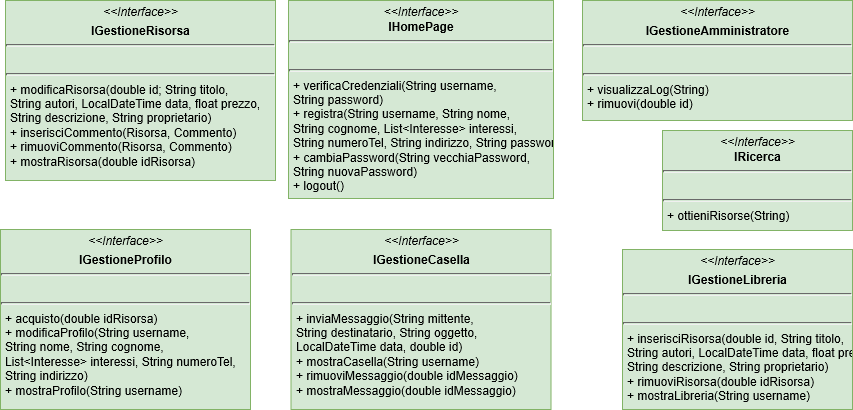
Before: Reingegnerizzazione/Controller.png, a diagram exported from draw.io (SundavarBlaka/Alexandria). Source tidied: cells renumbered, new cells last; positions are measured from the earlier drawing's top-left corner, leaving out a move shared by most shapes.
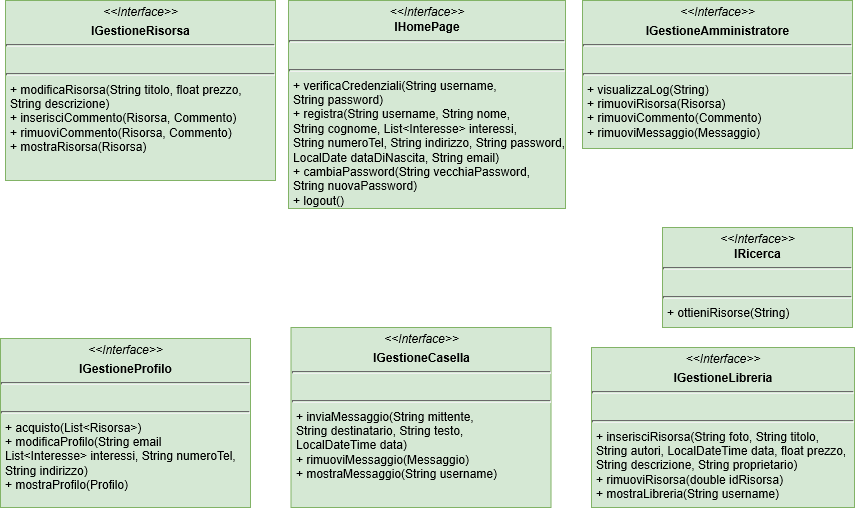
Later version of the same file.

Diff of the diagram source:
```diff
@@ -3,25 +3,25 @@
     <mxCell id="0" />
     <mxCell id="1" parent="0" />
     <mxCell id="2" value="&lt;p style=&quot;margin: 0px ; margin-top: 4px ; text-align: center&quot;&gt;&lt;i&gt;&amp;lt;&amp;lt;Interface&amp;gt;&amp;gt;&lt;/i&gt;&lt;br&gt;&lt;b&gt;IRicerca&lt;/b&gt;&lt;/p&gt;&lt;hr size=&quot;1&quot;&gt;&lt;p style=&quot;margin: 0px ; margin-left: 4px&quot;&gt;&lt;br&gt;&lt;/p&gt;&lt;hr size=&quot;1&quot;&gt;&lt;p style=&quot;margin: 0px ; margin-left: 4px&quot;&gt;+ ottieniRisorse(String)&lt;/p&gt;" style="verticalAlign=top;align=left;overflow=fill;fontSize=12;fontFamily=Helvetica;html=1;fillColor=#d5e8d4;strokeColor=#82b366;" parent="1" vertex="1">
-      <mxGeometry x="662" y="130" width="190" height="100" as="geometry" />
+      <mxGeometry x="662" y="227" width="190" height="100" as="geometry" />
     </mxCell>
-    <mxCell id="3" value="&lt;p style=&quot;margin: 0px ; margin-top: 4px ; text-align: center&quot;&gt;&lt;i&gt;&amp;lt;&amp;lt;Interface&amp;gt;&amp;gt;&lt;/i&gt;&lt;br&gt;&lt;b&gt;IHomePage&lt;/b&gt;&lt;/p&gt;&lt;hr size=&quot;1&quot;&gt;&lt;p style=&quot;margin: 0px ; margin-left: 4px&quot;&gt;&lt;br&gt;&lt;/p&gt;&lt;hr size=&quot;1&quot;&gt;&lt;p style=&quot;margin: 0px ; margin-left: 4px&quot;&gt;+ verificaCredenziali(String username,&lt;/p&gt;&lt;p style=&quot;margin: 0px ; margin-left: 4px&quot;&gt;String password)&lt;/p&gt;&lt;p style=&quot;margin: 0px ; margin-left: 4px&quot;&gt;&lt;span&gt;+ registra(String username, String nome,&amp;nbsp;&lt;/span&gt;&lt;/p&gt;&lt;p style=&quot;margin: 0px ; margin-left: 4px&quot;&gt;&lt;span&gt;String cognome, List&amp;lt;Interesse&amp;gt; interessi,&lt;/span&gt;&lt;/p&gt;&lt;p style=&quot;margin: 0px ; margin-left: 4px&quot;&gt;&lt;span&gt;String numeroTel, String indirizzo, String password)&lt;/span&gt;&lt;/p&gt;&lt;p style=&quot;margin: 0px ; margin-left: 4px&quot;&gt;+ cambiaPassword(String vecchiaPassword,&lt;/p&gt;&lt;p style=&quot;margin: 0px ; margin-left: 4px&quot;&gt;String nuovaPassword)&lt;/p&gt;&lt;p style=&quot;margin: 0px ; margin-left: 4px&quot;&gt;+ logout()&lt;/p&gt;" style="verticalAlign=top;align=left;overflow=fill;fontSize=12;fontFamily=Helvetica;html=1;fillColor=#d5e8d4;strokeColor=#82b366;" parent="1" vertex="1">
-      <mxGeometry x="288" width="265" height="198" as="geometry" />
+    <mxCell id="3" value="&lt;p style=&quot;margin: 0px ; margin-top: 4px ; text-align: center&quot;&gt;&lt;i&gt;&amp;lt;&amp;lt;Interface&amp;gt;&amp;gt;&lt;/i&gt;&lt;br&gt;&lt;b&gt;IHomePage&lt;/b&gt;&lt;/p&gt;&lt;hr size=&quot;1&quot;&gt;&lt;p style=&quot;margin: 0px ; margin-left: 4px&quot;&gt;&lt;br&gt;&lt;/p&gt;&lt;hr size=&quot;1&quot;&gt;&lt;p style=&quot;margin: 0px ; margin-left: 4px&quot;&gt;+ verificaCredenziali(String username,&lt;/p&gt;&lt;p style=&quot;margin: 0px ; margin-left: 4px&quot;&gt;String password)&lt;/p&gt;&lt;p style=&quot;margin: 0px ; margin-left: 4px&quot;&gt;&lt;span&gt;+ registra(String username, String nome,&amp;nbsp;&lt;/span&gt;&lt;/p&gt;&lt;p style=&quot;margin: 0px ; margin-left: 4px&quot;&gt;&lt;span&gt;String cognome, List&amp;lt;Interesse&amp;gt; interessi,&lt;/span&gt;&lt;/p&gt;&lt;p style=&quot;margin: 0px ; margin-left: 4px&quot;&gt;&lt;span&gt;String numeroTel, String indirizzo, String password,&lt;/span&gt;&lt;/p&gt;&lt;p style=&quot;margin: 0px ; margin-left: 4px&quot;&gt;&lt;span&gt;LocalDate dataDiNascita, String email)&lt;/span&gt;&lt;/p&gt;&lt;p style=&quot;margin: 0px ; margin-left: 4px&quot;&gt;+ cambiaPassword(String vecchiaPassword,&lt;/p&gt;&lt;p style=&quot;margin: 0px ; margin-left: 4px&quot;&gt;String nuovaPassword)&lt;/p&gt;&lt;p style=&quot;margin: 0px ; margin-left: 4px&quot;&gt;+ logout()&lt;/p&gt;" style="verticalAlign=top;align=left;overflow=fill;fontSize=12;fontFamily=Helvetica;html=1;fillColor=#d5e8d4;strokeColor=#82b366;" parent="1" vertex="1">
+      <mxGeometry x="288" width="277" height="208" as="geometry" />
     </mxCell>
-    <mxCell id="4" value="&lt;p style=&quot;margin: 0px ; margin-top: 4px ; text-align: center&quot;&gt;&lt;i&gt;&amp;lt;&amp;lt;Interface&amp;gt;&amp;gt;&lt;/i&gt;&lt;/p&gt;&lt;p style=&quot;margin: 0px ; margin-top: 4px ; text-align: center&quot;&gt;&lt;b&gt;IGestioneProfilo&lt;/b&gt;&lt;/p&gt;&lt;hr size=&quot;1&quot;&gt;&lt;p style=&quot;margin: 0px ; margin-left: 4px&quot;&gt;&lt;br&gt;&lt;/p&gt;&lt;hr size=&quot;1&quot;&gt;&lt;p style=&quot;margin: 0px ; margin-left: 4px&quot;&gt;+ acquisto(double idRisorsa)&lt;/p&gt;&lt;p style=&quot;margin: 0px ; margin-left: 4px&quot;&gt;+ modificaProfilo(String username,&amp;nbsp;&lt;/p&gt;&lt;p style=&quot;margin: 0px ; margin-left: 4px&quot;&gt;String nome, String cognome,&amp;nbsp;&lt;/p&gt;&lt;p style=&quot;margin: 0px ; margin-left: 4px&quot;&gt;List&amp;lt;Interesse&amp;gt; interessi, String numeroTel,&lt;/p&gt;&lt;p style=&quot;margin: 0px ; margin-left: 4px&quot;&gt;String indirizzo)&lt;/p&gt;&lt;p style=&quot;margin: 0px ; margin-left: 4px&quot;&gt;+ mostraProfilo(String username)&lt;/p&gt;" style="verticalAlign=top;align=left;overflow=fill;fontSize=12;fontFamily=Helvetica;html=1;fillColor=#d5e8d4;strokeColor=#82b366;" parent="1" vertex="1">
-      <mxGeometry y="229" width="250" height="180" as="geometry" />
+    <mxCell id="4" value="&lt;p style=&quot;margin: 0px ; margin-top: 4px ; text-align: center&quot;&gt;&lt;i&gt;&amp;lt;&amp;lt;Interface&amp;gt;&amp;gt;&lt;/i&gt;&lt;/p&gt;&lt;p style=&quot;margin: 0px ; margin-top: 4px ; text-align: center&quot;&gt;&lt;b&gt;IGestioneProfilo&lt;/b&gt;&lt;/p&gt;&lt;hr size=&quot;1&quot;&gt;&lt;p style=&quot;margin: 0px ; margin-left: 4px&quot;&gt;&lt;br&gt;&lt;/p&gt;&lt;hr size=&quot;1&quot;&gt;&lt;p style=&quot;margin: 0px ; margin-left: 4px&quot;&gt;+ acquisto(List&amp;lt;Risorsa&amp;gt;)&lt;/p&gt;&lt;p style=&quot;margin: 0px ; margin-left: 4px&quot;&gt;+ modificaProfilo(String email&amp;nbsp;&lt;/p&gt;&lt;p style=&quot;margin: 0px ; margin-left: 4px&quot;&gt;List&amp;lt;Interesse&amp;gt; interessi, String numeroTel,&lt;/p&gt;&lt;p style=&quot;margin: 0px ; margin-left: 4px&quot;&gt;String indirizzo)&lt;/p&gt;&lt;p style=&quot;margin: 0px ; margin-left: 4px&quot;&gt;+ mostraProfilo(Profilo)&lt;/p&gt;" style="verticalAlign=top;align=left;overflow=fill;fontSize=12;fontFamily=Helvetica;html=1;fillColor=#d5e8d4;strokeColor=#82b366;" parent="1" vertex="1">
+      <mxGeometry y="338" width="250" height="169" as="geometry" />
     </mxCell>
-    <mxCell id="5" value="&lt;p style=&quot;margin: 0px ; margin-top: 4px ; text-align: center&quot;&gt;&lt;i&gt;&amp;lt;&amp;lt;Interface&amp;gt;&amp;gt;&lt;/i&gt;&lt;/p&gt;&lt;p style=&quot;margin: 0px ; margin-top: 4px ; text-align: center&quot;&gt;&lt;b&gt;IGestioneCasella&lt;/b&gt;&lt;/p&gt;&lt;hr size=&quot;1&quot;&gt;&lt;p style=&quot;margin: 0px ; margin-left: 4px&quot;&gt;&lt;br&gt;&lt;/p&gt;&lt;hr size=&quot;1&quot;&gt;&lt;p style=&quot;margin: 0px ; margin-left: 4px&quot;&gt;+ inviaMessaggio(String mittente,&amp;nbsp;&lt;/p&gt;&lt;p style=&quot;margin: 0px ; margin-left: 4px&quot;&gt;String destinatario, String oggetto,&lt;/p&gt;&lt;p style=&quot;margin: 0px ; margin-left: 4px&quot;&gt;LocalDateTime data, double id)&lt;/p&gt;&lt;p style=&quot;margin: 0px ; margin-left: 4px&quot;&gt;+ mostraCasella(String username)&lt;/p&gt;&lt;p style=&quot;margin: 0px ; margin-left: 4px&quot;&gt;+ rimuoviMessaggio(double idMessaggio)&lt;/p&gt;&lt;p style=&quot;margin: 0px ; margin-left: 4px&quot;&gt;+ mostraMessaggio(double idMessaggio)&lt;/p&gt;" style="verticalAlign=top;align=left;overflow=fill;fontSize=12;fontFamily=Helvetica;html=1;fillColor=#d5e8d4;strokeColor=#82b366;" parent="1" vertex="1">
-      <mxGeometry x="290.5" y="229" width="260" height="180" as="geometry" />
+    <mxCell id="5" value="&lt;p style=&quot;margin: 0px ; margin-top: 4px ; text-align: center&quot;&gt;&lt;i&gt;&amp;lt;&amp;lt;Interface&amp;gt;&amp;gt;&lt;/i&gt;&lt;/p&gt;&lt;p style=&quot;margin: 0px ; margin-top: 4px ; text-align: center&quot;&gt;&lt;b&gt;IGestioneCasella&lt;/b&gt;&lt;/p&gt;&lt;hr size=&quot;1&quot;&gt;&lt;p style=&quot;margin: 0px ; margin-left: 4px&quot;&gt;&lt;br&gt;&lt;/p&gt;&lt;hr size=&quot;1&quot;&gt;&lt;p style=&quot;margin: 0px ; margin-left: 4px&quot;&gt;+ inviaMessaggio(String mittente,&amp;nbsp;&lt;/p&gt;&lt;p style=&quot;margin: 0px ; margin-left: 4px&quot;&gt;String destinatario, String testo,&lt;/p&gt;&lt;p style=&quot;margin: 0px ; margin-left: 4px&quot;&gt;LocalDateTime data)&lt;/p&gt;&lt;p style=&quot;margin: 0px ; margin-left: 4px&quot;&gt;+ rimuoviMessaggio(Messaggio)&lt;/p&gt;&lt;p style=&quot;margin: 0px ; margin-left: 4px&quot;&gt;+ mostraMessaggio(String username)&lt;/p&gt;" style="verticalAlign=top;align=left;overflow=fill;fontSize=12;fontFamily=Helvetica;html=1;fillColor=#d5e8d4;strokeColor=#82b366;" parent="1" vertex="1">
+      <mxGeometry x="290.5" y="327" width="260" height="180" as="geometry" />
     </mxCell>
-    <mxCell id="6" value="&lt;p style=&quot;margin: 0px ; margin-top: 4px ; text-align: center&quot;&gt;&lt;i&gt;&amp;lt;&amp;lt;Interface&amp;gt;&amp;gt;&lt;/i&gt;&lt;/p&gt;&lt;p style=&quot;margin: 0px ; margin-top: 4px ; text-align: center&quot;&gt;&lt;b&gt;IGestioneRisorsa&lt;/b&gt;&lt;/p&gt;&lt;hr size=&quot;1&quot;&gt;&lt;p style=&quot;margin: 0px ; margin-left: 4px&quot;&gt;&lt;br&gt;&lt;/p&gt;&lt;hr size=&quot;1&quot;&gt;&lt;p style=&quot;margin: 0px ; margin-left: 4px&quot;&gt;+ modificaRisorsa(double id; String titolo,&lt;/p&gt;&lt;p style=&quot;margin: 0px ; margin-left: 4px&quot;&gt;String autori, LocalDateTime data, float prezzo,&lt;/p&gt;&lt;p style=&quot;margin: 0px ; margin-left: 4px&quot;&gt;String descrizione, String proprietario)&lt;/p&gt;&lt;p style=&quot;margin: 0px ; margin-left: 4px&quot;&gt;+ inserisciCommento(Risorsa, Commento)&lt;/p&gt;&lt;p style=&quot;margin: 0px ; margin-left: 4px&quot;&gt;+ rimuoviCommento(Risorsa, Commento)&lt;/p&gt;&lt;p style=&quot;margin: 0px ; margin-left: 4px&quot;&gt;+ mostraRisorsa(double idRisorsa)&lt;/p&gt;" style="verticalAlign=top;align=left;overflow=fill;fontSize=12;fontFamily=Helvetica;html=1;fillColor=#d5e8d4;strokeColor=#82b366;" parent="1" vertex="1">
+    <mxCell id="6" value="&lt;p style=&quot;margin: 0px ; margin-top: 4px ; text-align: center&quot;&gt;&lt;i&gt;&amp;lt;&amp;lt;Interface&amp;gt;&amp;gt;&lt;/i&gt;&lt;/p&gt;&lt;p style=&quot;margin: 0px ; margin-top: 4px ; text-align: center&quot;&gt;&lt;b&gt;IGestioneRisorsa&lt;/b&gt;&lt;/p&gt;&lt;hr size=&quot;1&quot;&gt;&lt;p style=&quot;margin: 0px ; margin-left: 4px&quot;&gt;&lt;br&gt;&lt;/p&gt;&lt;hr size=&quot;1&quot;&gt;&lt;p style=&quot;margin: 0px ; margin-left: 4px&quot;&gt;+ modificaRisorsa(String titolo, float prezzo,&lt;/p&gt;&lt;p style=&quot;margin: 0px ; margin-left: 4px&quot;&gt;String descrizione)&lt;/p&gt;&lt;p style=&quot;margin: 0px ; margin-left: 4px&quot;&gt;+ inserisciCommento(Risorsa, Commento)&lt;/p&gt;&lt;p style=&quot;margin: 0px ; margin-left: 4px&quot;&gt;+ rimuoviCommento(Risorsa, Commento)&lt;/p&gt;&lt;p style=&quot;margin: 0px ; margin-left: 4px&quot;&gt;+ mostraRisorsa(Risorsa)&lt;/p&gt;" style="verticalAlign=top;align=left;overflow=fill;fontSize=12;fontFamily=Helvetica;html=1;fillColor=#d5e8d4;strokeColor=#82b366;" parent="1" vertex="1">
       <mxGeometry x="5" width="270" height="180" as="geometry" />
     </mxCell>
-    <mxCell id="7" value="&lt;p style=&quot;margin: 0px ; margin-top: 4px ; text-align: center&quot;&gt;&lt;i&gt;&amp;lt;&amp;lt;Interface&amp;gt;&amp;gt;&lt;/i&gt;&lt;/p&gt;&lt;p style=&quot;margin: 0px ; margin-top: 4px ; text-align: center&quot;&gt;&lt;b&gt;IGestioneLibreria&lt;/b&gt;&lt;/p&gt;&lt;hr size=&quot;1&quot;&gt;&lt;p style=&quot;margin: 0px ; margin-left: 4px&quot;&gt;&lt;br&gt;&lt;/p&gt;&lt;hr size=&quot;1&quot;&gt;&lt;p style=&quot;margin: 0px ; margin-left: 4px&quot;&gt;+ inserisciRisorsa(double id, String titolo,&lt;/p&gt;&lt;p style=&quot;margin: 0px ; margin-left: 4px&quot;&gt;String autori, LocalDateTime data, float prezzo,&lt;/p&gt;&lt;p style=&quot;margin: 0px ; margin-left: 4px&quot;&gt;String descrizione, String proprietario)&lt;/p&gt;&lt;p style=&quot;margin: 0px ; margin-left: 4px&quot;&gt;+ rimuoviRisorsa(double idRisorsa)&lt;/p&gt;&lt;p style=&quot;margin: 0px ; margin-left: 4px&quot;&gt;+ mostraLibreria(String username)&lt;/p&gt;" style="verticalAlign=top;align=left;overflow=fill;fontSize=12;fontFamily=Helvetica;html=1;fillColor=#d5e8d4;strokeColor=#82b366;" parent="1" vertex="1">
-      <mxGeometry x="622" y="249" width="230" height="160" as="geometry" />
+    <mxCell id="7" value="&lt;p style=&quot;margin: 0px ; margin-top: 4px ; text-align: center&quot;&gt;&lt;i&gt;&amp;lt;&amp;lt;Interface&amp;gt;&amp;gt;&lt;/i&gt;&lt;/p&gt;&lt;p style=&quot;margin: 0px ; margin-top: 4px ; text-align: center&quot;&gt;&lt;b&gt;IGestioneLibreria&lt;/b&gt;&lt;/p&gt;&lt;hr size=&quot;1&quot;&gt;&lt;p style=&quot;margin: 0px ; margin-left: 4px&quot;&gt;&lt;br&gt;&lt;/p&gt;&lt;hr size=&quot;1&quot;&gt;&lt;p style=&quot;margin: 0px ; margin-left: 4px&quot;&gt;+ inserisciRisorsa(String foto, String titolo,&lt;/p&gt;&lt;p style=&quot;margin: 0px ; margin-left: 4px&quot;&gt;String autori, LocalDateTime data, float prezzo,&lt;/p&gt;&lt;p style=&quot;margin: 0px ; margin-left: 4px&quot;&gt;String descrizione, String proprietario)&lt;/p&gt;&lt;p style=&quot;margin: 0px ; margin-left: 4px&quot;&gt;+ rimuoviRisorsa(double idRisorsa)&lt;/p&gt;&lt;p style=&quot;margin: 0px ; margin-left: 4px&quot;&gt;+ mostraLibreria(String username)&lt;/p&gt;" style="verticalAlign=top;align=left;overflow=fill;fontSize=12;fontFamily=Helvetica;html=1;fillColor=#d5e8d4;strokeColor=#82b366;" parent="1" vertex="1">
+      <mxGeometry x="591" y="347" width="263" height="160" as="geometry" />
     </mxCell>
-    <mxCell id="8" value="&lt;p style=&quot;margin: 0px ; margin-top: 4px ; text-align: center&quot;&gt;&lt;i&gt;&amp;lt;&amp;lt;Interface&amp;gt;&amp;gt;&lt;/i&gt;&lt;/p&gt;&lt;p style=&quot;margin: 0px ; margin-top: 4px ; text-align: center&quot;&gt;&lt;b&gt;IGestioneAmministratore&lt;/b&gt;&lt;/p&gt;&lt;hr size=&quot;1&quot;&gt;&lt;p style=&quot;margin: 0px ; margin-left: 4px&quot;&gt;&lt;br&gt;&lt;/p&gt;&lt;hr size=&quot;1&quot;&gt;&lt;p style=&quot;margin: 0px ; margin-left: 4px&quot;&gt;+ visualizzaLog(String)&lt;/p&gt;&lt;p style=&quot;margin: 0px ; margin-left: 4px&quot;&gt;+ rimuovi(double id)&lt;/p&gt;" style="verticalAlign=top;align=left;overflow=fill;fontSize=12;fontFamily=Helvetica;html=1;fillColor=#d5e8d4;strokeColor=#82b366;" parent="1" vertex="1">
-      <mxGeometry x="582" width="270" height="120" as="geometry" />
+    <mxCell id="8" value="&lt;p style=&quot;margin: 0px ; margin-top: 4px ; text-align: center&quot;&gt;&lt;i&gt;&amp;lt;&amp;lt;Interface&amp;gt;&amp;gt;&lt;/i&gt;&lt;/p&gt;&lt;p style=&quot;margin: 0px ; margin-top: 4px ; text-align: center&quot;&gt;&lt;b&gt;IGestioneAmministratore&lt;/b&gt;&lt;/p&gt;&lt;hr size=&quot;1&quot;&gt;&lt;p style=&quot;margin: 0px ; margin-left: 4px&quot;&gt;&lt;br&gt;&lt;/p&gt;&lt;hr size=&quot;1&quot;&gt;&lt;p style=&quot;margin: 0px ; margin-left: 4px&quot;&gt;+ visualizzaLog(String)&lt;/p&gt;&lt;p style=&quot;margin: 0px ; margin-left: 4px&quot;&gt;+ rimuoviRisorsa(Risorsa)&lt;/p&gt;&lt;p style=&quot;margin: 0px ; margin-left: 4px&quot;&gt;+ rimuoviCommento(Commento)&lt;/p&gt;&lt;p style=&quot;margin: 0px ; margin-left: 4px&quot;&gt;+ rimuoviMessaggio(Messaggio)&lt;/p&gt;" style="verticalAlign=top;align=left;overflow=fill;fontSize=12;fontFamily=Helvetica;html=1;fillColor=#d5e8d4;strokeColor=#82b366;" parent="1" vertex="1">
+      <mxGeometry x="582" width="270" height="148" as="geometry" />
     </mxCell>
   </root>
 </mxGraphModel>
```
